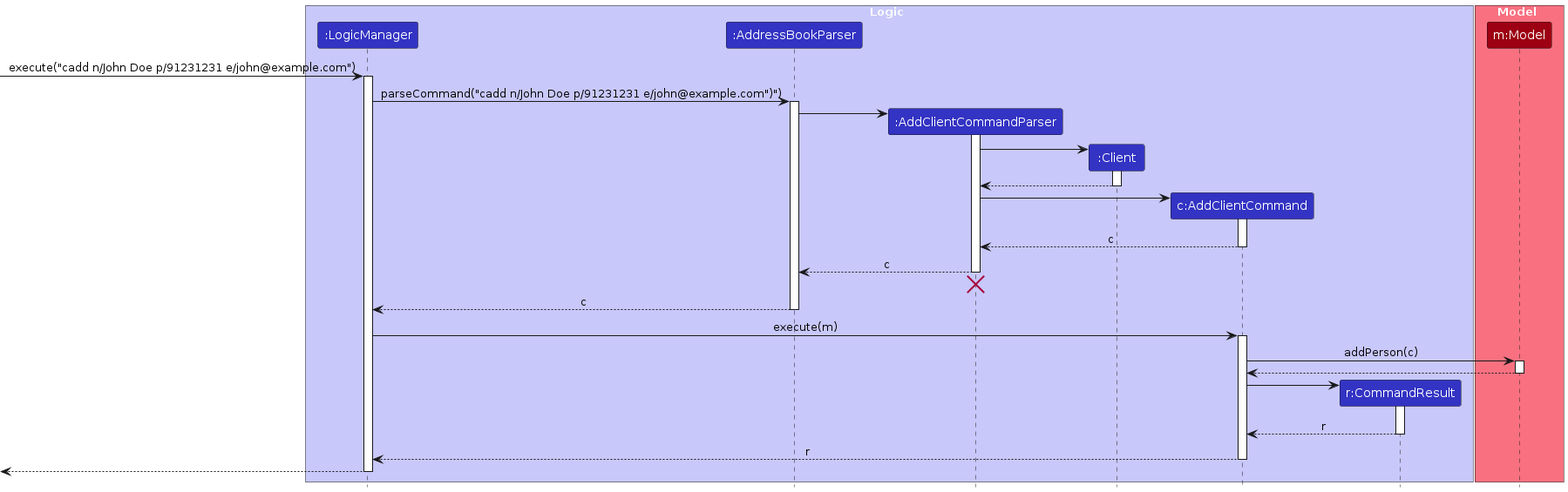
AY2425S1-CS2103T-T15-1/tp keeps this PlantUML diagram as diagrams/AddClientSequenceDiagram.png. Above is the earlier version. Its source is kept beside it as diagrams/AddClientSequenceDiagram.puml. The source it was exported from:
```plantuml
@startuml
!include style.puml
skinparam ArrowFontStyle plain

box Logic LOGIC_COLOR_T1
participant ":LogicManager" as LogicManager LOGIC_COLOR
participant ":AddressBookParser" as AddressBookParser LOGIC_COLOR
participant ":AddClientCommandParser" as AddClientCommandParser LOGIC_COLOR
participant ":Client" as Client LOGIC_COLOR
participant "c:AddClientCommand" as AddClientCommand LOGIC_COLOR
participant "r:CommandResult" as CommandResult LOGIC_COLOR
end box

box Model MODEL_COLOR_T1
participant "m:Model" as Model MODEL_COLOR
end box

[-> LogicManager : execute("cadd n/John Doe p/91231231 e/john@example.com")
activate LogicManager

LogicManager -> AddressBookParser : parseCommand("cadd n/John Doe p/91231231 e/john@example.com")")
activate AddressBookParser

create AddClientCommandParser
AddressBookParser -> AddClientCommandParser
activate AddClientCommandParser

create Client
AddClientCommandParser -> Client
activate Client

Client --> AddClientCommandParser
deactivate Client

create AddClientCommand
AddClientCommandParser -> AddClientCommand
activate AddClientCommand

AddClientCommand --> AddClientCommandParser : c
deactivate AddClientCommand

AddClientCommandParser --> AddressBookParser : c
deactivate AddClientCommandParser
AddClientCommandParser -[hidden]-> AddressBookParser
destroy AddClientCommandParser

AddressBookParser --> LogicManager : c
deactivate AddressBookParser

LogicManager -> AddClientCommand : execute(m)
activate AddClientCommand

AddClientCommand -> Model : addPerson(c)
activate Model

Model --> AddClientCommand
deactivate Model

create CommandResult
AddClientCommand -> CommandResult
activate CommandResult

CommandResult --> AddClientCommand : r
deactivate CommandResult

AddClientCommand --> LogicManager : r
deactivate AddClientCommand

[<--LogicManager
deactivate LogicManager
@enduml
```
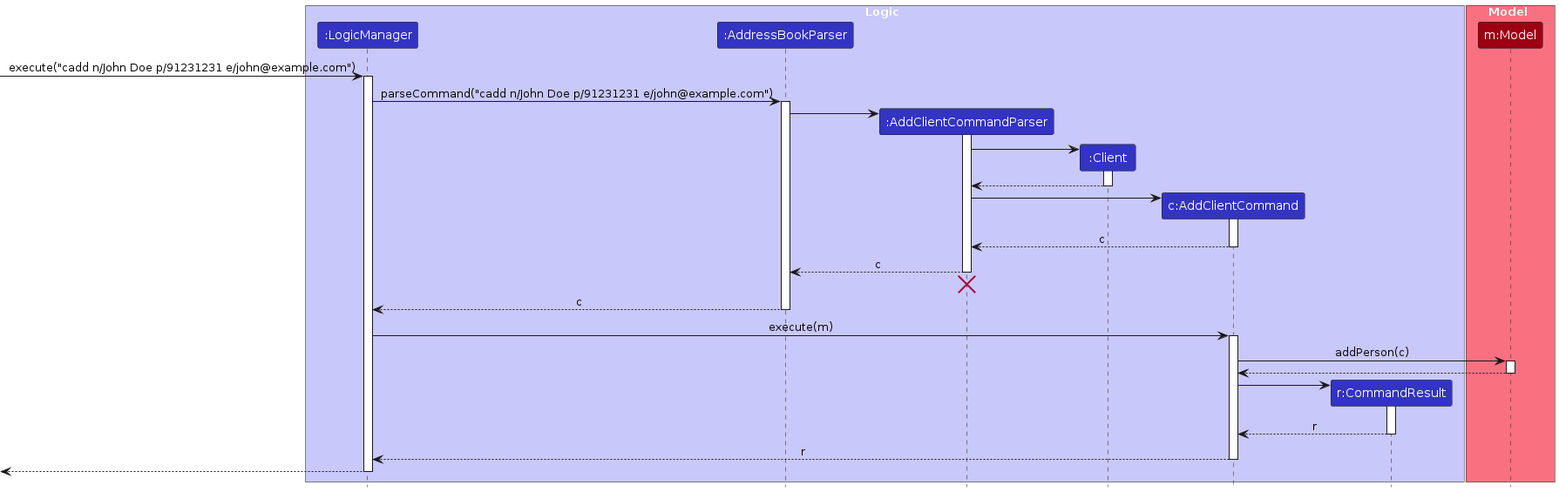
After the commit.

The edit, as a diff of the source:
```diff
@@ -18,7 +18,7 @@
 [-> LogicManager : execute("cadd n/John Doe p/91231231 e/john@example.com")
 activate LogicManager
 
-LogicManager -> AddressBookParser : parseCommand("cadd n/John Doe p/91231231 e/john@example.com")")
+LogicManager -> AddressBookParser : parseCommand("cadd n/John Doe p/91231231 e/john@example.com")
 activate AddressBookParser
 
 create AddClientCommandParser
```
